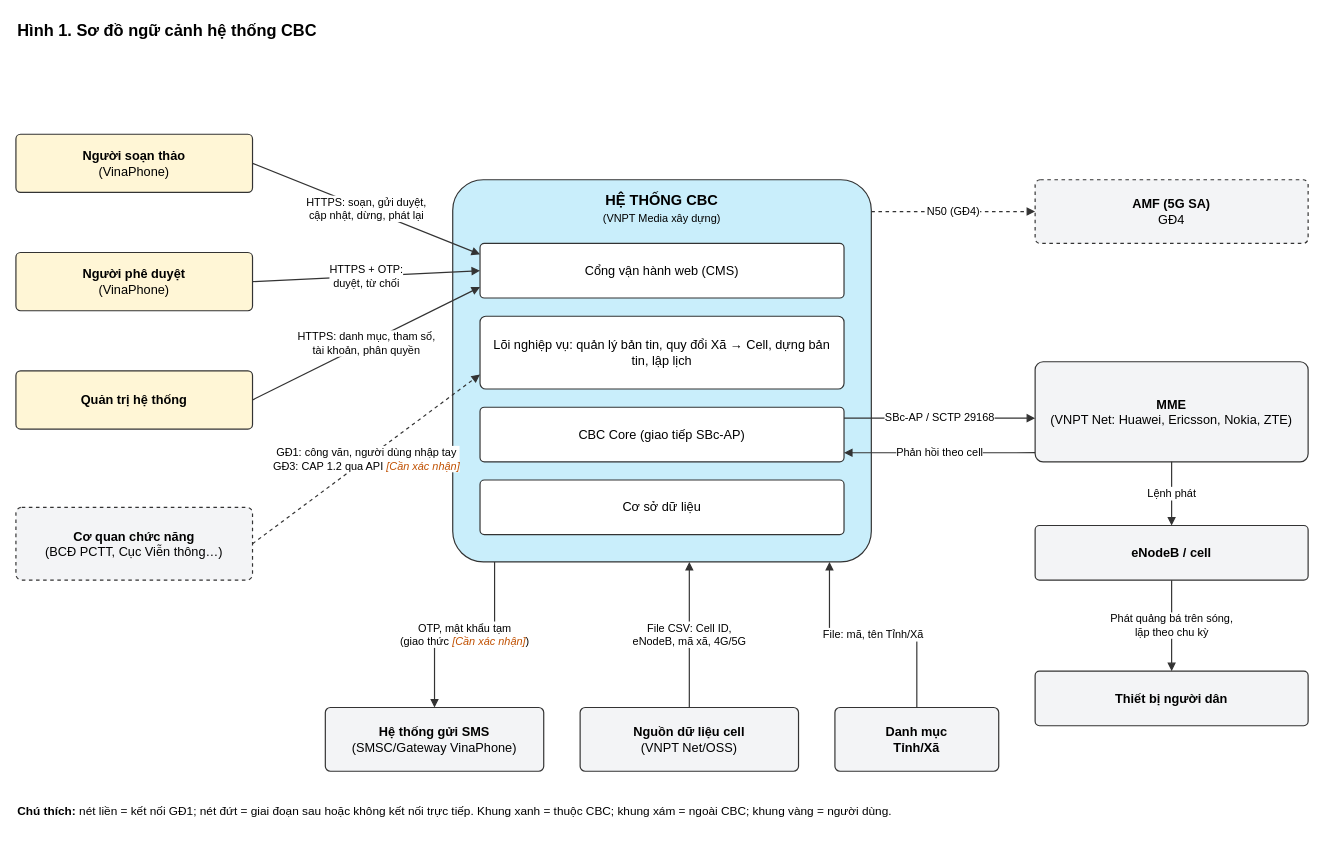
This is page "SRS-H1 Ngữ cảnh" (1 of 3) of srs/CBC_SRS_so-do.drawio from yenanna0804/cbc-demo, a draw.io file, before an edit. Source tidied: cells renumbered, new cells numbered last; positions are measured from the earlier drawing's top-left corner, leaving out a move shared by most shapes. Both pictures are drawn from the tidied source at 91%, with x=0, y=0 at pixel (15, 15).
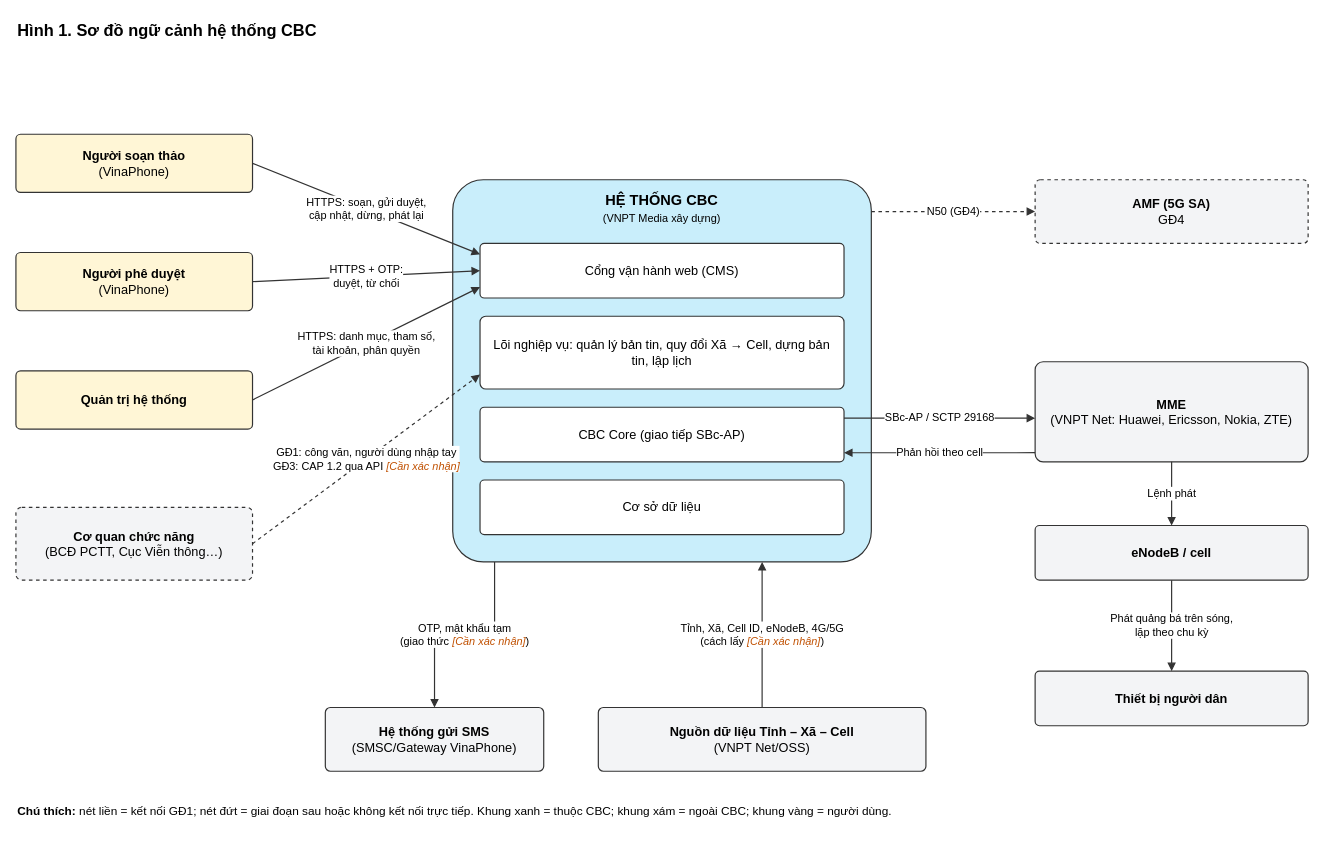
After the change.

Commit message:
SRS: gộp nguồn dữ liệu Tỉnh – Xã – Cell

Claude-Session: https://claude.ai/code/session_01FeLNp4ic6ftFr5ftakdFjx

Unchanged cells that the change refers to:
```xml
<mxCell id="3" value="&lt;b&gt;HỆ THỐNG CBC&lt;/b&gt;&lt;br&gt;&lt;span style=&quot;font-size:12px&quot;&gt;(VNPT Media xây dựng)&lt;/span&gt;" style="rounded=1;arcSize=8;whiteSpace=wrap;html=1;fontFamily=Arial;fontSize=16;fillColor=#C9EEFB;strokeColor=#333333;strokeWidth=1.3;align=center;verticalAlign=top;spacing=8;" parent="1" vertex="1">
  <mxGeometry x="480" y="180" width="460" height="420" as="geometry" />
</mxCell>
```

Change to the diagram source:
```diff
@@
-    <mxCell id="26" value="&lt;b&gt;Nguồn dữ liệu cell&lt;/b&gt;&lt;br&gt;(VNPT Net/OSS)" style="rounded=1;arcSize=8;whiteSpace=wrap;html=1;fontFamily=Arial;fontSize=14;fillColor=#F3F4F6;strokeColor=#333333;strokeWidth=1.3;align=center;verticalAlign=middle;spacing=8;" parent="1" vertex="1">
-      <mxGeometry x="620" y="760" width="240" height="70" as="geometry" />
+    <mxCell id="26" value="&lt;b&gt;Nguồn dữ liệu Tỉnh – Xã – Cell&lt;/b&gt;&lt;br&gt;(VNPT Net/OSS)" style="rounded=1;arcSize=8;whiteSpace=wrap;html=1;fontFamily=Arial;fontSize=14;fillColor=#F3F4F6;strokeColor=#333333;strokeWidth=1.3;align=center;verticalAlign=middle;spacing=8;" parent="1" vertex="1">
+      <mxGeometry x="640" y="760" width="360" height="70" as="geometry" />
     </mxCell>
-    <mxCell id="27" value="&lt;b&gt;Danh mục&lt;br&gt;Tỉnh/Xã&lt;/b&gt;" style="rounded=1;arcSize=8;whiteSpace=wrap;html=1;fontFamily=Arial;fontSize=14;fillColor=#F3F4F6;strokeColor=#333333;strokeWidth=1.3;align=center;verticalAlign=middle;spacing=8;" parent="1" vertex="1">
-      <mxGeometry x="900" y="760" width="180" height="70" as="geometry" />
-    </mxCell>
@@
-    <mxCell id="29" value="File CSV: Cell ID,&lt;br&gt;eNodeB, mã xã, 4G/5G" style="html=1;fontFamily=Arial;fontSize=12;endArrow=block;startArrow=none;endFill=1;strokeColor=#333333;strokeWidth=1.3;labelBackgroundColor=#FFFFFF;rounded=0;exitX=0.5;exitY=0;exitDx=0;exitDy=0;entryX=0.5652;entryY=1;entryDx=0;entryDy=0;" parent="1" edge="1" source="26" target="3">
+    <mxCell id="29" value="Tỉnh, Xã, Cell ID, eNodeB, 4G/5G&lt;br&gt;(cách lấy &lt;i style=&quot;color:#C05000&quot;&gt;[Cần xác nhận]&lt;/i&gt;)" style="html=1;fontFamily=Arial;fontSize=12;endArrow=block;startArrow=none;endFill=1;strokeColor=#333333;strokeWidth=1.3;labelBackgroundColor=#FFFFFF;rounded=0;exitX=0.5;exitY=0;exitDx=0;exitDy=0;entryX=0.7391;entryY=1;entryDx=0;entryDy=0;" parent="1" edge="1" source="26" target="3">
       <mxGeometry relative="1" as="geometry" />
     </mxCell>
-    <mxCell id="30" value="File: mã, tên Tỉnh/Xã" style="html=1;fontFamily=Arial;fontSize=12;endArrow=block;startArrow=none;endFill=1;strokeColor=#333333;strokeWidth=1.3;labelBackgroundColor=#FFFFFF;rounded=0;exitX=0.5;exitY=0;exitDx=0;exitDy=0;entryX=0.9;entryY=1;entryDx=0;entryDy=0;" parent="1" edge="1" source="27" target="3">
-      <mxGeometry relative="1" as="geometry">
-        <Array as="points">
-          <mxPoint x="990" y="680" />
-          <mxPoint x="894" y="680" />
-        </Array>
-      </mxGeometry>
-    </mxCell>
```
